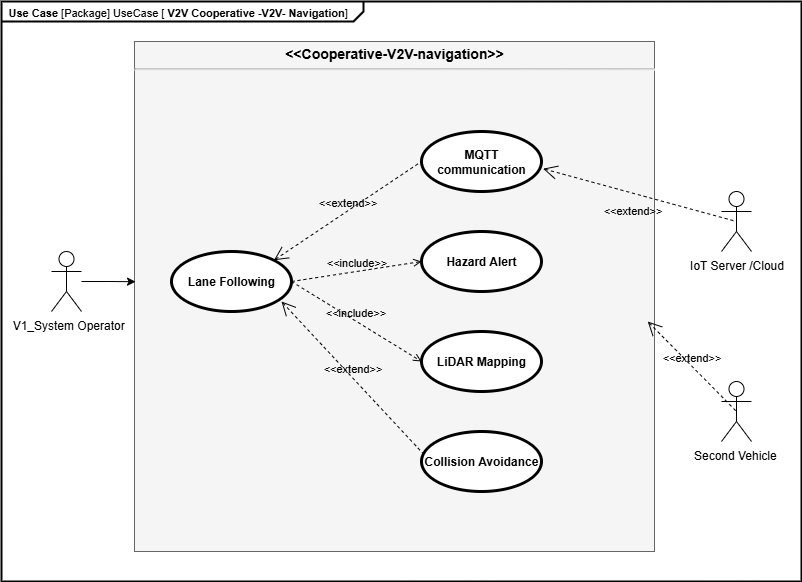
This is Use_Case.drawio.png from MoAbdoHSHL/Cooperative-V2V-navigation, a draw.io export, as it was before one commit. Source tidied: cells renumbered, new cells last; positions are measured from the earlier drawing's top-left corner, leaving out a move shared by most shapes.
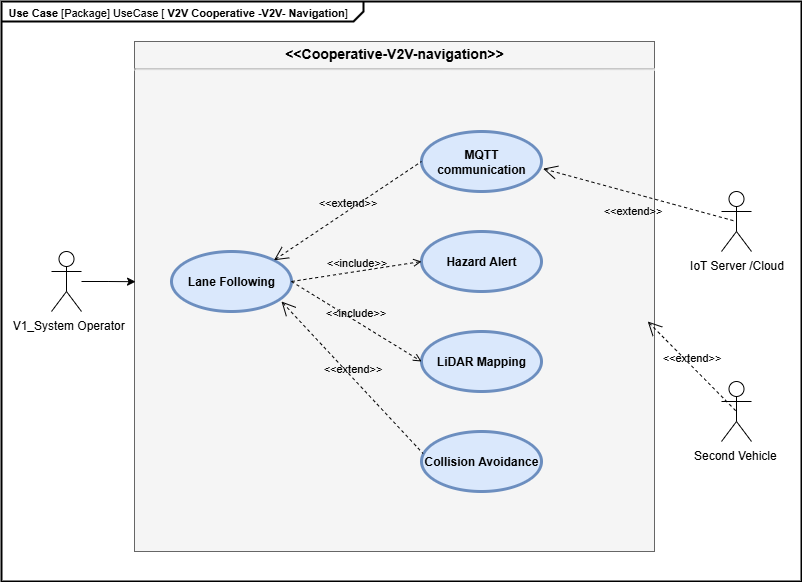
The same file after the commit.

Diff of the diagram source:
```diff
@@ -14,19 +14,19 @@
     <mxCell id="5" value="&amp;nbsp;V1_System Operator" style="shape=umlActor;html=1;verticalLabelPosition=bottom;verticalAlign=top;align=center;rounded=0;" parent="1" vertex="1">
       <mxGeometry x="50" y="250" width="30" height="60" as="geometry" />
     </mxCell>
-    <mxCell id="6" value="MQTT communication" style="shape=ellipse;html=1;strokeWidth=3;fontStyle=1;whiteSpace=wrap;align=center;perimeter=ellipsePerimeter;rounded=0;" parent="1" vertex="1">
+    <mxCell id="6" value="MQTT communication" style="shape=ellipse;html=1;strokeWidth=3;fontStyle=1;whiteSpace=wrap;align=center;perimeter=ellipsePerimeter;rounded=0;fillColor=#dae8fc;strokeColor=#6c8ebf;" parent="1" vertex="1">
       <mxGeometry x="420" y="130" width="120" height="60" as="geometry" />
     </mxCell>
-    <mxCell id="7" value="Lane Following" style="shape=ellipse;html=1;strokeWidth=3;fontStyle=1;whiteSpace=wrap;align=center;perimeter=ellipsePerimeter;rounded=0;" parent="1" vertex="1">
+    <mxCell id="7" value="Lane Following" style="shape=ellipse;html=1;strokeWidth=3;fontStyle=1;whiteSpace=wrap;align=center;perimeter=ellipsePerimeter;rounded=0;fillColor=#dae8fc;strokeColor=#6c8ebf;" parent="1" vertex="1">
       <mxGeometry x="170" y="250" width="120" height="60" as="geometry" />
     </mxCell>
-    <mxCell id="8" value="Hazard Alert" style="shape=ellipse;html=1;strokeWidth=3;fontStyle=1;whiteSpace=wrap;align=center;perimeter=ellipsePerimeter;" parent="1" vertex="1">
+    <mxCell id="8" value="Hazard Alert" style="shape=ellipse;html=1;strokeWidth=3;fontStyle=1;whiteSpace=wrap;align=center;perimeter=ellipsePerimeter;fillColor=#dae8fc;strokeColor=#6c8ebf;" parent="1" vertex="1">
       <mxGeometry x="420" y="230" width="120" height="60" as="geometry" />
     </mxCell>
-    <mxCell id="9" value="LiDAR Mapping" style="shape=ellipse;html=1;strokeWidth=3;fontStyle=1;whiteSpace=wrap;align=center;perimeter=ellipsePerimeter;" parent="1" vertex="1">
+    <mxCell id="9" value="LiDAR Mapping" style="shape=ellipse;html=1;strokeWidth=3;fontStyle=1;whiteSpace=wrap;align=center;perimeter=ellipsePerimeter;fillColor=#dae8fc;strokeColor=#6c8ebf;" parent="1" vertex="1">
       <mxGeometry x="420" y="330" width="120" height="60" as="geometry" />
     </mxCell>
-    <mxCell id="10" value="Collision Avoidance" style="shape=ellipse;html=1;strokeWidth=3;fontStyle=1;whiteSpace=wrap;align=center;perimeter=ellipsePerimeter;" parent="1" vertex="1">
+    <mxCell id="10" value="Collision Avoidance" style="shape=ellipse;html=1;strokeWidth=3;fontStyle=1;whiteSpace=wrap;align=center;perimeter=ellipsePerimeter;fillColor=#dae8fc;strokeColor=#6c8ebf;" parent="1" vertex="1">
       <mxGeometry x="420" y="430" width="120" height="60" as="geometry" />
     </mxCell>
     <mxCell id="11" value="&amp;lt;&amp;lt;include&amp;gt;&amp;gt;" style="edgeStyle=none;html=1;endArrow=open;verticalAlign=bottom;dashed=1;labelBackgroundColor=none;rounded=0;exitX=1;exitY=0.5;exitDx=0;exitDy=0;entryX=0;entryY=0.5;entryDx=0;entryDy=0;" parent="1" edge="1" source="7" target="8">
```
